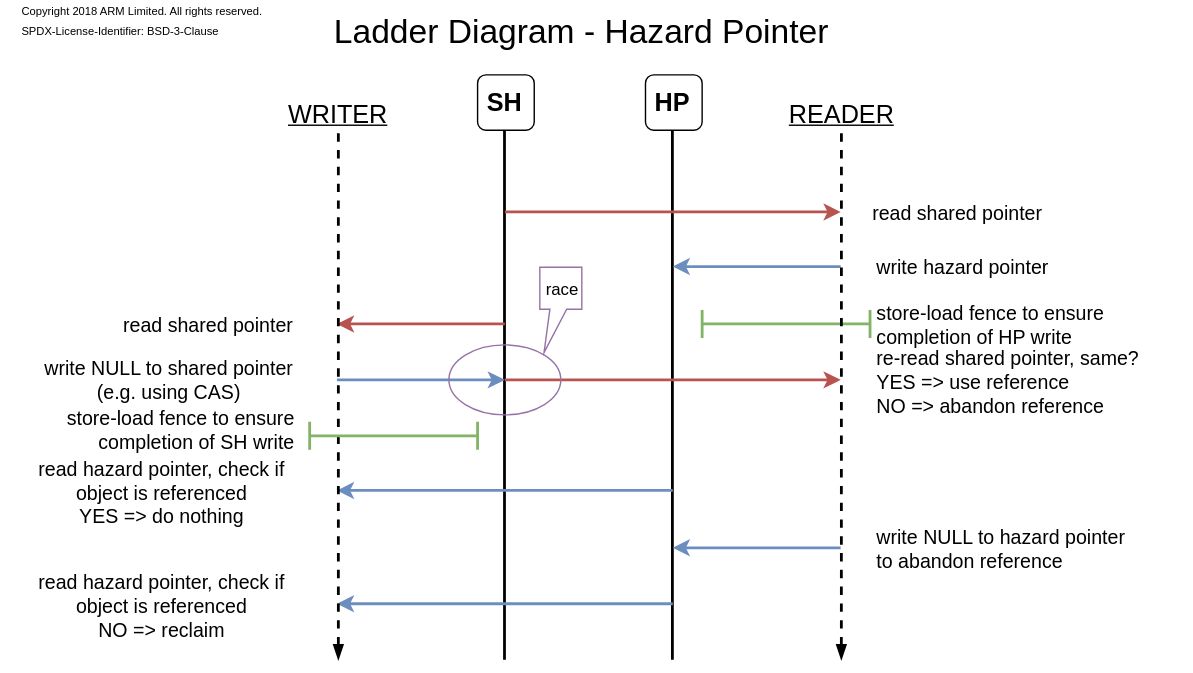
ARM-software/progress64 keeps this draw.io diagram as docs/Ladder diagram - hazard pointer.svg. Above is the earlier version. Source tidied: cells renumbered, new cells last; positions are measured from the earlier drawing's top-left corner, leaving out a move shared by most shapes.
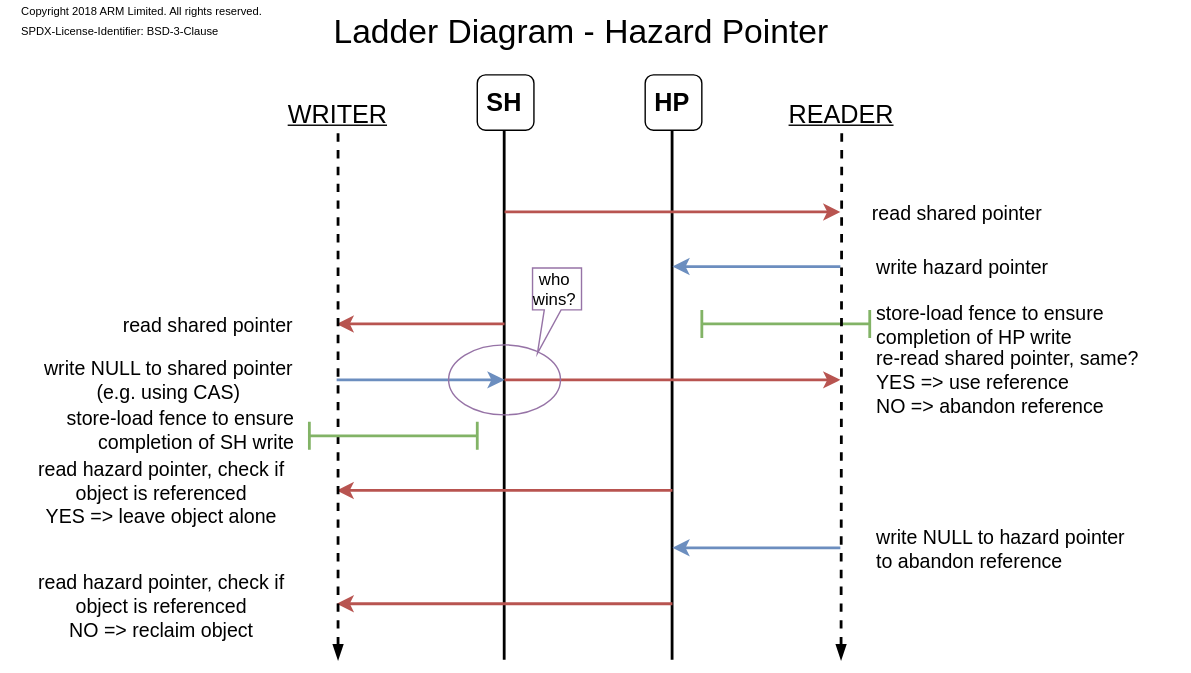
The same diagram one commit later.

Commit message:
hazardptr: Fix read arrow colours

Diff of the diagram source:
```diff
@@ -89,13 +89,13 @@
     <mxCell id="23" value="&lt;font style=&quot;font-size: 14px&quot;&gt;store-load fence to ensure completion of HP write&lt;/font&gt;" style="text;html=1;strokeColor=none;fillColor=none;align=left;verticalAlign=middle;whiteSpace=wrap;rounded=0;" parent="1" vertex="1">
       <mxGeometry x="624" y="218" width="226" height="20" as="geometry" />
     </mxCell>
-    <mxCell id="24" style="endArrow=classic;html=1;strokeWidth=2;fillColor=#dae8fc;strokeColor=#6c8ebf;" parent="1" edge="1">
+    <mxCell id="24" style="endArrow=classic;html=1;strokeWidth=2;fillColor=#dae8fc;strokeColor=#B85450;" parent="1" edge="1">
       <mxGeometry relative="1" as="geometry">
         <mxPoint x="480" y="347" as="sourcePoint" />
         <mxPoint x="240" y="347" as="targetPoint" />
       </mxGeometry>
     </mxCell>
-    <mxCell id="25" value="&lt;font style=&quot;font-size: 14px&quot;&gt;read hazard pointer, check if object is referenced&lt;br&gt;YES =&amp;gt; do nothing&lt;br&gt;&lt;/font&gt;" style="text;html=1;strokeColor=none;fillColor=none;align=center;verticalAlign=middle;whiteSpace=wrap;rounded=0;" parent="1" vertex="1">
+    <mxCell id="25" value="&lt;font style=&quot;font-size: 14px&quot;&gt;read hazard pointer, check if object is referenced&lt;br&gt;YES =&amp;gt; leave object alone&lt;br&gt;&lt;/font&gt;" style="text;html=1;strokeColor=none;fillColor=none;align=center;verticalAlign=middle;whiteSpace=wrap;rounded=0;" parent="1" vertex="1">
       <mxGeometry x="20" y="337" width="190" height="20" as="geometry" />
     </mxCell>
     <mxCell id="26" style="ellipse;whiteSpace=wrap;html=1;strokeWidth=1;align=right;fillColor=none;strokeColor=#9673a6;perimeterSpacing=0;" parent="1" vertex="1">
@@ -110,20 +110,20 @@
     <mxCell id="28" value="&lt;div style=&quot;text-align: left&quot;&gt;&lt;span style=&quot;font-size: 14px&quot;&gt;write NULL to hazard pointer to abandon reference&lt;/span&gt;&lt;/div&gt;" style="text;html=1;strokeColor=none;fillColor=none;align=left;verticalAlign=middle;whiteSpace=wrap;rounded=0;" parent="1" vertex="1">
       <mxGeometry x="624" y="378" width="186" height="20" as="geometry" />
     </mxCell>
-    <mxCell id="29" style="endArrow=classic;html=1;strokeWidth=2;fillColor=#dae8fc;strokeColor=#6c8ebf;" parent="1" edge="1">
+    <mxCell id="29" style="endArrow=classic;html=1;strokeWidth=2;fillColor=#dae8fc;strokeColor=#B85450;" parent="1" edge="1">
       <mxGeometry relative="1" as="geometry">
         <mxPoint x="480" y="428" as="sourcePoint" />
         <mxPoint x="240" y="428" as="targetPoint" />
       </mxGeometry>
     </mxCell>
-    <mxCell id="30" value="&lt;font style=&quot;font-size: 14px&quot;&gt;read hazard pointer, check if object is referenced&lt;br&gt;NO =&amp;gt; reclaim&lt;br&gt;&lt;/font&gt;" style="text;html=1;strokeColor=none;fillColor=none;align=center;verticalAlign=middle;whiteSpace=wrap;rounded=0;" parent="1" vertex="1">
+    <mxCell id="30" value="&lt;font style=&quot;font-size: 14px&quot;&gt;read hazard pointer, check if object is referenced&lt;br&gt;NO =&amp;gt; reclaim object&lt;br&gt;&lt;/font&gt;" style="text;html=1;strokeColor=none;fillColor=none;align=center;verticalAlign=middle;whiteSpace=wrap;rounded=0;" parent="1" vertex="1">
       <mxGeometry x="20" y="418" width="190" height="20" as="geometry" />
     </mxCell>
     <mxCell id="31" value="&lt;font style=&quot;font-size: 24px&quot;&gt;Ladder Diagram - Hazard Pointer&lt;/font&gt;" style="text;html=1;strokeColor=none;fillColor=none;align=center;verticalAlign=middle;whiteSpace=wrap;rounded=0;" parent="1" vertex="1">
       <mxGeometry x="230" y="9" width="370" height="20" as="geometry" />
     </mxCell>
-    <mxCell id="32" value="&lt;div style=&quot;text-align: left&quot;&gt;&lt;span&gt;race&lt;/span&gt;&lt;/div&gt;" style="shape=callout;whiteSpace=wrap;html=1;perimeter=calloutPerimeter;strokeWidth=1;fillColor=none;align=right;position2=0.1;strokeColor=#9673a6;size=31;position=0.24;base=12;" parent="1" vertex="1">
-      <mxGeometry x="385" y="187.5" width="30" height="61" as="geometry" />
+    <mxCell id="32" value="&lt;div style=&quot;text-align: center&quot;&gt;&lt;span&gt;who wins?&lt;/span&gt;&lt;/div&gt;" style="shape=callout;whiteSpace=wrap;html=1;perimeter=calloutPerimeter;strokeWidth=1;fillColor=none;align=right;position2=0.1;strokeColor=#9673a6;size=31;position=0.24;base=12;" parent="1" vertex="1">
+      <mxGeometry x="380" y="188" width="35" height="61" as="geometry" />
     </mxCell>
     <mxCell id="33" style="group;" parent="1" vertex="1">
       <mxGeometry x="220" y="68" width="40" height="400" as="geometry" />
```
